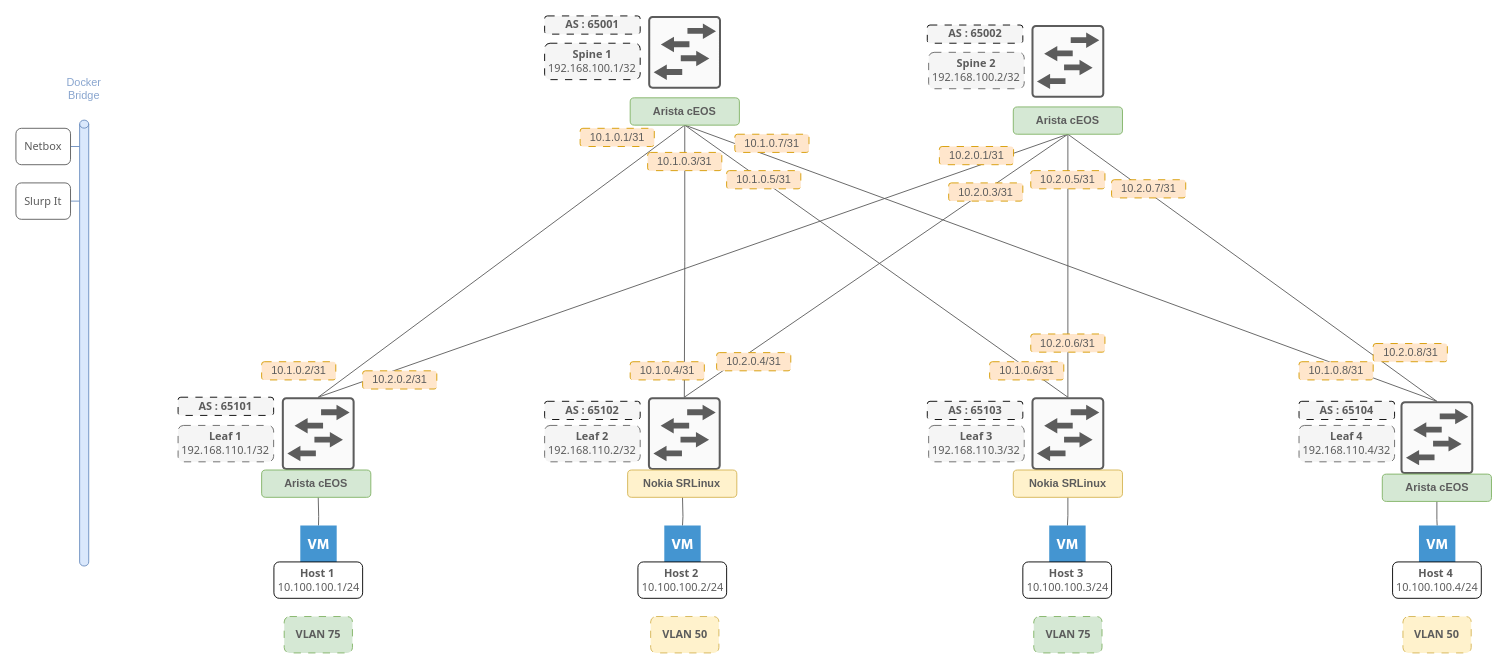
The draw.io diagram documentation/assets/images/diagrams/VXLAN.drawio in MasqAs/projet-vxlan-automation, before the edit. Source tidied: cells renumbered, new cells numbered last; positions are measured from the earlier drawing's top-left corner, leaving out a move shared by most shapes. Both pictures are drawn from the tidied source at 91%, with x=0, y=0 at pixel (15, 15).
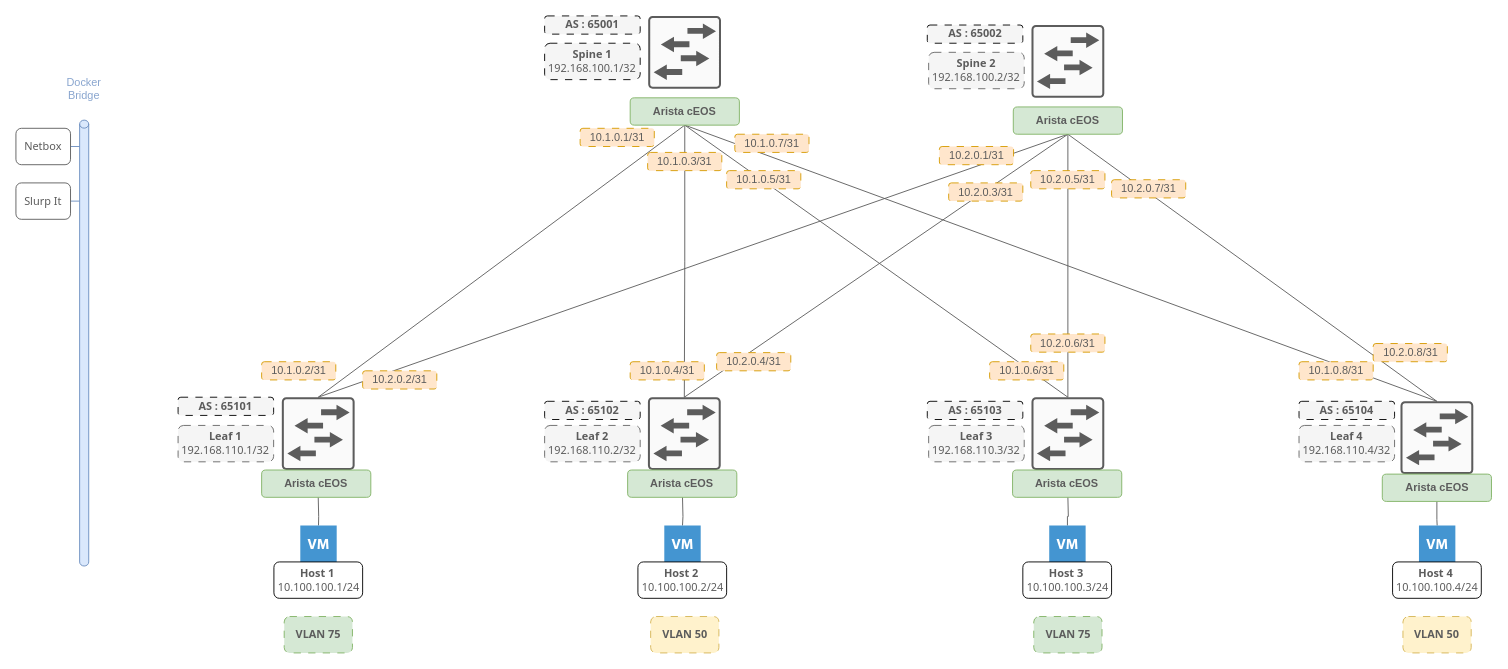
Above is the later version.

Commit message (it also covers changes not shown here):
General Update - README - Diagram - Add CookBook - Add Ruff

Unchanged cells that the change refers to:
```xml
<mxCell id="30" style="shadow=0;dashed=0;html=1;strokeColor=none;fillColor=#4495D1;labelPosition=center;verticalLabelPosition=bottom;verticalAlign=top;align=center;outlineConnect=0;shape=mxgraph.veeam.2d.virtual_machine;" parent="1" vertex="1">
  <mxGeometry x="1135.5" y="560" width="40" height="40" as="geometry" />
</mxCell>
```

What changed in the source:
```diff
@@
-    <mxCell id="17" style="edgeStyle=orthogonalEdgeStyle;rounded=0;jettySize=auto;html=1;exitX=0.5;exitY=1;exitDx=0;exitDy=0;endArrow=none;endFill=0;strokeColor=#5c5c5c;flowAnimation=1;" parent="1" edge="1" source="18" target="30">
-      <mxGeometry relative="1" as="geometry" />
+    <mxCell id="17" style="edgeStyle=orthogonalEdgeStyle;rounded=0;jettySize=auto;html=1;exitX=0.5;exitY=1;exitDx=0;exitDy=0;endArrow=none;endFill=0;strokeColor=#5c5c5c;flowAnimation=1;" parent="1" edge="1" target="30">
+      <mxGeometry relative="1" as="geometry">
+        <mxPoint x="1156" y="529" as="sourcePoint" />
+      </mxGeometry>
     </mxCell>
-    <mxCell id="18" value="&lt;b style=&quot;&quot;&gt;&lt;font color=&quot;#5c5c5c&quot;&gt;Nokia SRLinux&lt;/font&gt;&lt;/b&gt;" style="rounded=1;whiteSpace=wrap;html=1;fillColor=#fff2cc;strokeColor=#d6b656;" parent="1" vertex="1">
-      <mxGeometry x="1096" y="499" width="120" height="30" as="geometry" />
-    </mxCell>
@@
-    <mxCell id="20" value="&lt;b style=&quot;&quot;&gt;&lt;font color=&quot;#5c5c5c&quot;&gt;Nokia SRLinux&lt;/font&gt;&lt;/b&gt;" style="rounded=1;whiteSpace=wrap;html=1;fillColor=#fff2cc;strokeColor=#d6b656;" parent="1" vertex="1">
-      <mxGeometry x="672.2" y="499" width="120" height="30" as="geometry" />
-    </mxCell>
@@
+    <mxCell id="72" value="&lt;b style=&quot;&quot;&gt;&lt;font color=&quot;#5c5c5c&quot;&gt;Arista cEOS&lt;/font&gt;&lt;/b&gt;" style="rounded=1;whiteSpace=wrap;html=1;fillColor=#d5e8d4;strokeColor=#82b366;" parent="1" vertex="1">
+      <mxGeometry x="672.2" y="499" width="120" height="30" as="geometry" />
+    </mxCell>
+    <mxCell id="73" value="&lt;b style=&quot;&quot;&gt;&lt;font color=&quot;#5c5c5c&quot;&gt;Arista cEOS&lt;/font&gt;&lt;/b&gt;" style="rounded=1;whiteSpace=wrap;html=1;fillColor=#d5e8d4;strokeColor=#82b366;" parent="1" vertex="1">
+      <mxGeometry x="1095.2" y="499" width="120" height="30" as="geometry" />
+    </mxCell>
```
